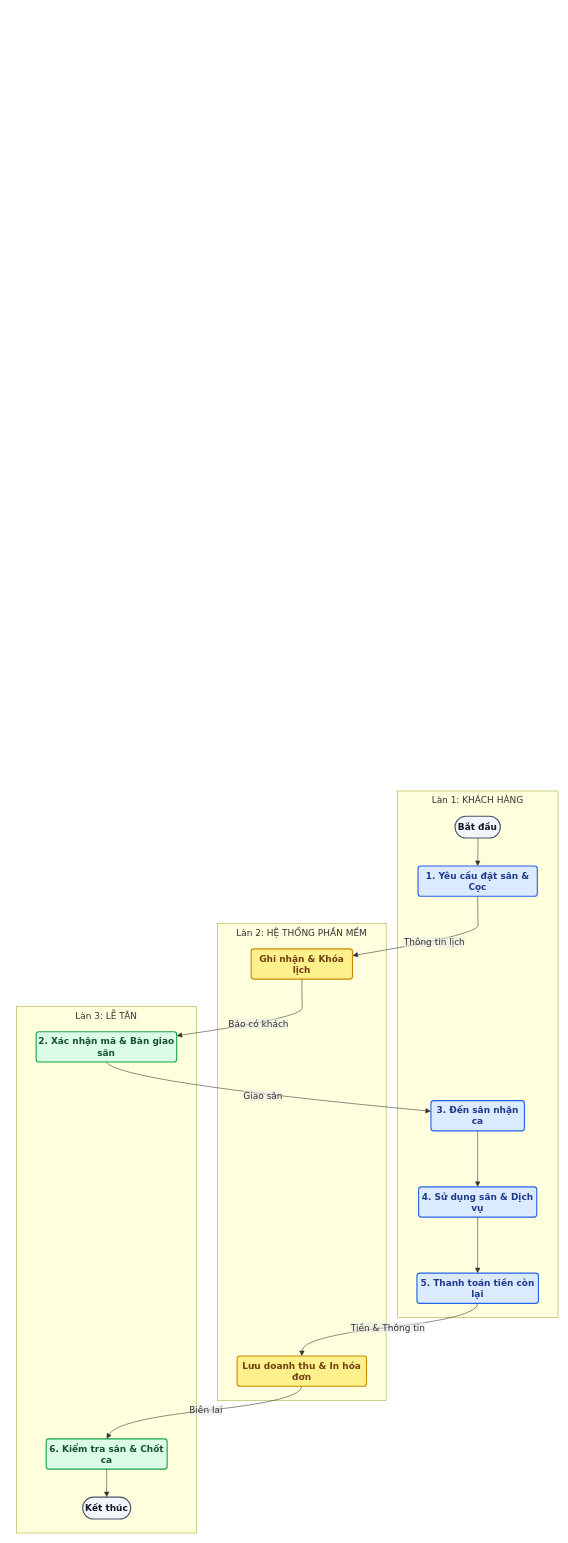
Before: page "Flowchart thực tế" (15 of 15) of docs/diagrams/Flowchart.drawio in N-D-Tuan/DoAnTotNghiep, a draw.io diagram. Source tidied: cells renumbered, new cells numbered last; positions are measured from the earlier drawing's top-left corner, leaving out a move shared by most shapes. Both pictures are drawn from the tidied source at 56%, with x=0, y=0 at pixel (10, 10).
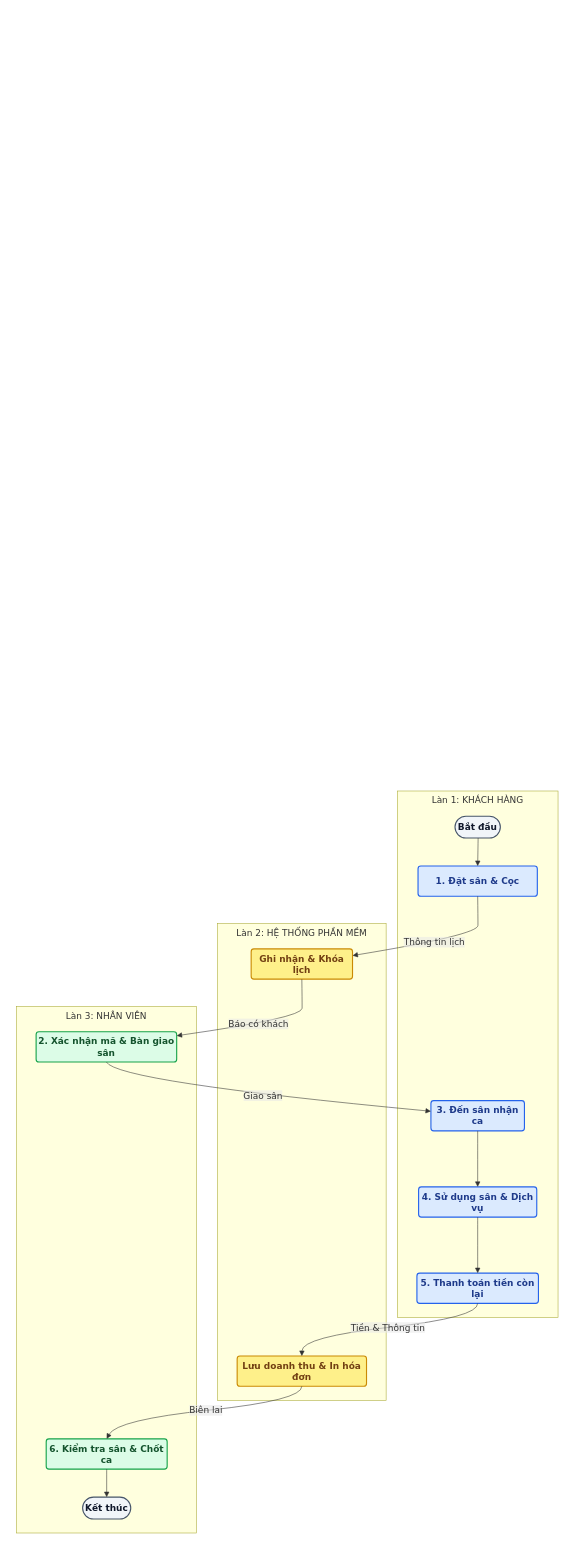
After the change.

The change refers to these unchanged cells:
```xml
<mxCell id="2" style="group;transparentBounds=1;editIcon=1;lockedGroup=0;groupPadding=10;fontFamily=Architects Daughter;" parent="1" vertex="1">
  <mxGeometry as="geometry" />
</mxCell>
<mxCell id="3" value="Làn 1: KHÁCH HÀNG" style="html=1;whiteSpace=wrap;strokeWidth=1;verticalAlign=top;fillColor=light-dark(#ffffde,#1f2020);strokeColor=light-dark(#aaaa33,#cccccc);fontColor=light-dark(#333333,#cccccc);fontFamily=Trebuchet MS,Verdana,Arial,sans-serif;fontSize=16;" parent="2" vertex="1">
  <mxGeometry x="692" y="1395" width="287" height="940" as="geometry" />
</mxCell>
```

What changed in the source:
```diff
@@
-    <mxCell id="5" value="1. Yêu cầu đặt sân &amp; Cọc" style="rounded=1;absoluteArcSize=1;arcSize=10;html=1;whiteSpace=wrap;strokeWidth=2;fillColor=#dbeafe;strokeColor=#2563eb;fontColor=#1e3a8a;fontFamily=Trebuchet MS,Verdana,Arial,sans-serif;fontSize=16;fontStyle=1;" parent="3" vertex="1">
+    <mxCell id="5" value="1. Đặt sân &amp;amp; Cọc" style="rounded=1;absoluteArcSize=1;arcSize=10;html=1;whiteSpace=wrap;strokeWidth=2;fillColor=#dbeafe;strokeColor=#2563eb;fontColor=#1e3a8a;fontFamily=Trebuchet MS,Verdana,Arial,sans-serif;fontSize=16;fontStyle=1;" parent="3" vertex="1">
       <mxGeometry x="37" y="134" width="213" height="54" as="geometry" />
     </mxCell>
@@
-    <mxCell id="15" value="Làn 3: LỄ TÂN" style="html=1;whiteSpace=wrap;strokeWidth=1;verticalAlign=top;fillColor=light-dark(#ffffde,#1f2020);strokeColor=light-dark(#aaaa33,#cccccc);fontColor=light-dark(#333333,#cccccc);fontFamily=Trebuchet MS,Verdana,Arial,sans-serif;fontSize=16;" parent="2" vertex="1">
+    <mxCell id="15" value="Làn 3: NHÂN VIÊN" style="html=1;whiteSpace=wrap;strokeWidth=1;verticalAlign=top;fillColor=light-dark(#ffffde,#1f2020);strokeColor=light-dark(#aaaa33,#cccccc);fontColor=light-dark(#333333,#cccccc);fontFamily=Trebuchet MS,Verdana,Arial,sans-serif;fontSize=16;" parent="2" vertex="1">
       <mxGeometry x="12" y="1780" width="321" height="940" as="geometry" />
     </mxCell>
```
